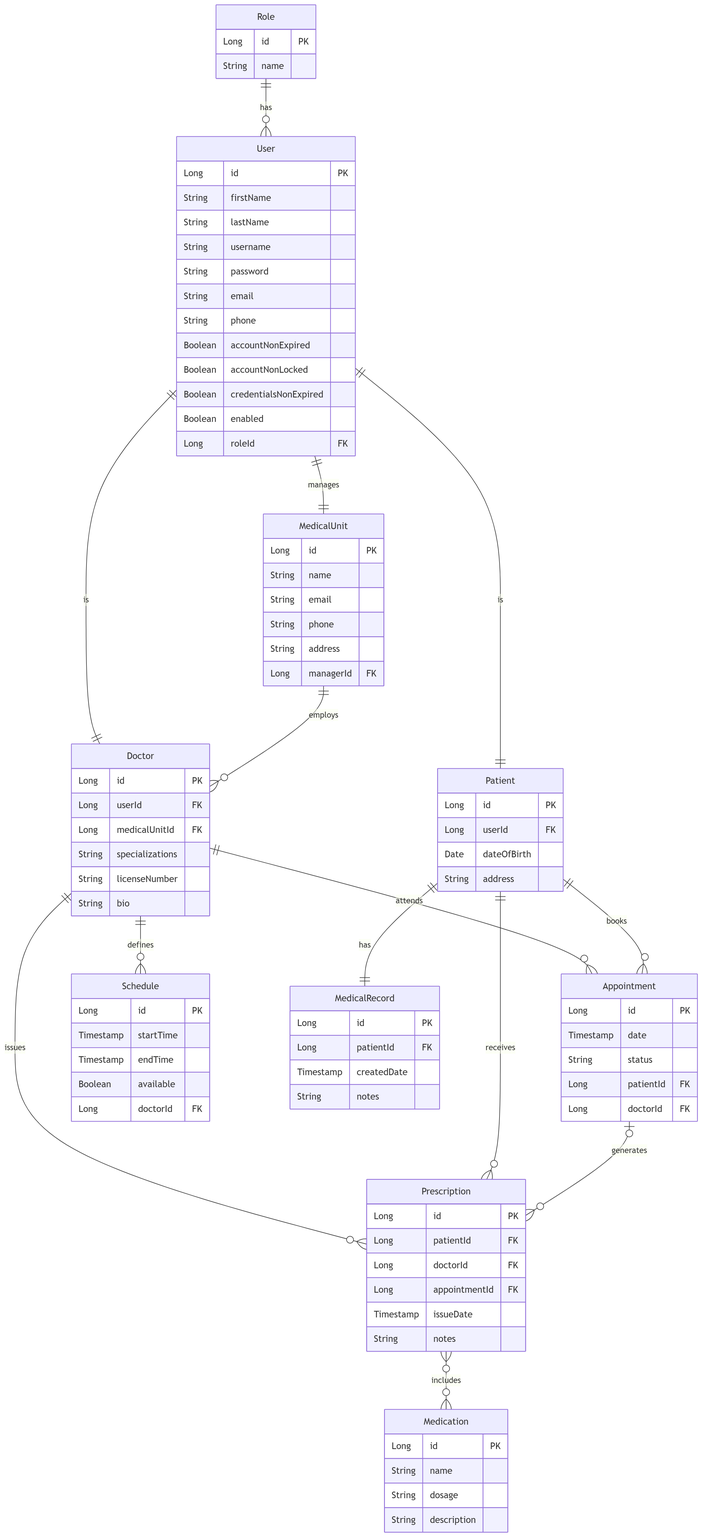
Above: docs/diagrams/erd.png in AndreiPirvanescu/medicalplatform (Mermaid), before the change. Its source is kept beside it as docs/diagrams/erd.mmd.
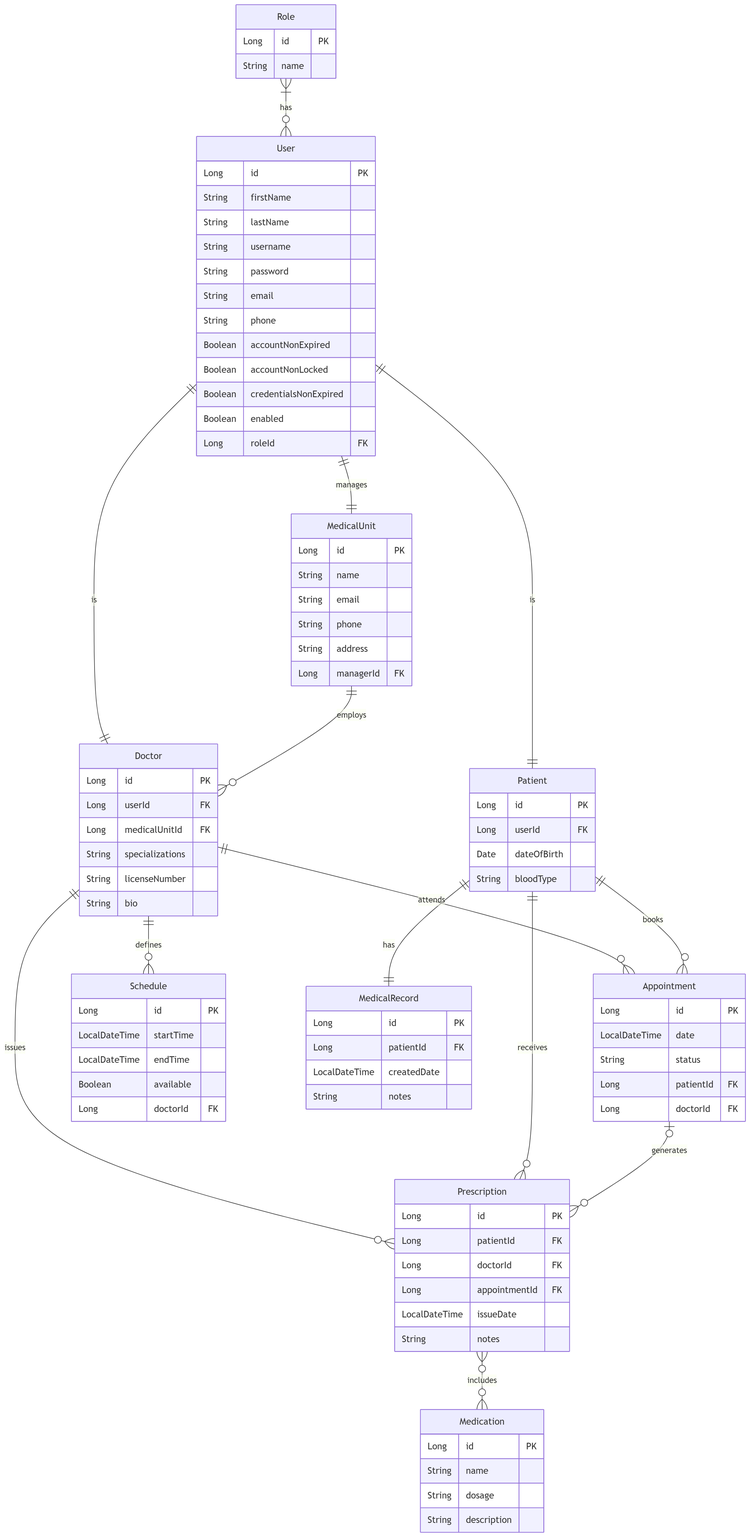
Later version of the same file.

What changed in the source:
```diff
@@ -1,5 +1,5 @@
 erDiagram
-  Role ||--o{ User : has
+  Role }|--o{ User : has
   User ||--|| MedicalUnit : manages
   User ||--|| Doctor : is
   User ||--|| Patient : is
@@ -51,26 +51,26 @@
     Long id PK
     Long userId FK
     Date dateOfBirth
-    String address
+    String bloodType
   }
   Appointment {
     Long id PK
-    Timestamp date
+    LocalDateTime date
     String status
     Long patientId FK
     Long doctorId FK
   }
   Schedule {
     Long id PK
-    Timestamp startTime
-    Timestamp endTime
+    LocalDateTime startTime
+    LocalDateTime endTime
     Boolean available
     Long doctorId FK
   }
   MedicalRecord {
     Long id PK
     Long patientId FK
-    Timestamp createdDate
+    LocalDateTime createdDate
     String notes
   }
   Prescription {
@@ -78,7 +78,7 @@
     Long patientId FK
     Long doctorId FK
     Long appointmentId FK
-    Timestamp issueDate
+    LocalDateTime issueDate
     String notes
   }
   Medication {
```
